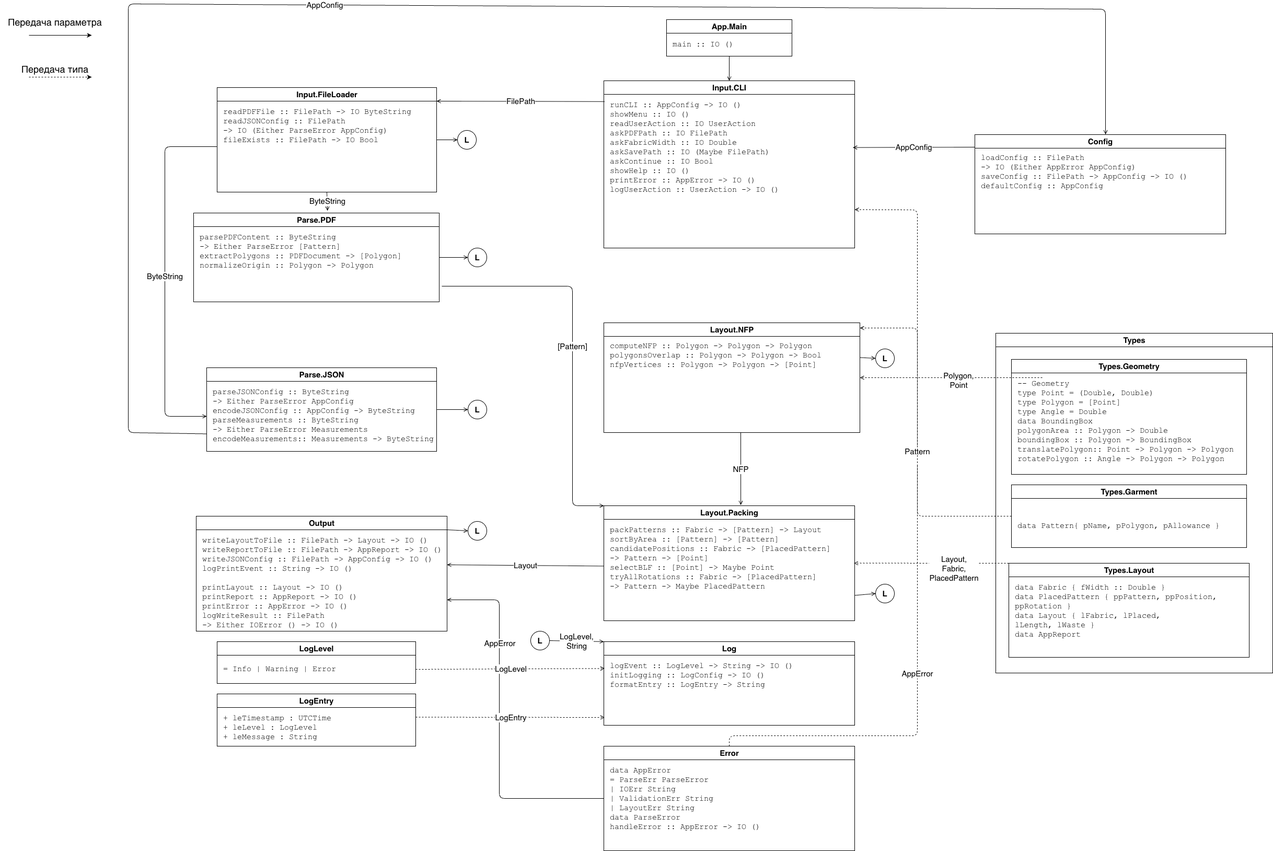
The draw.io diagram module.png in Lenebik/Fabrick_Packer, before a commit. Source tidied: cells renumbered, new cells last; positions are measured from the earlier drawing's top-left corner, leaving out a move shared by most shapes.
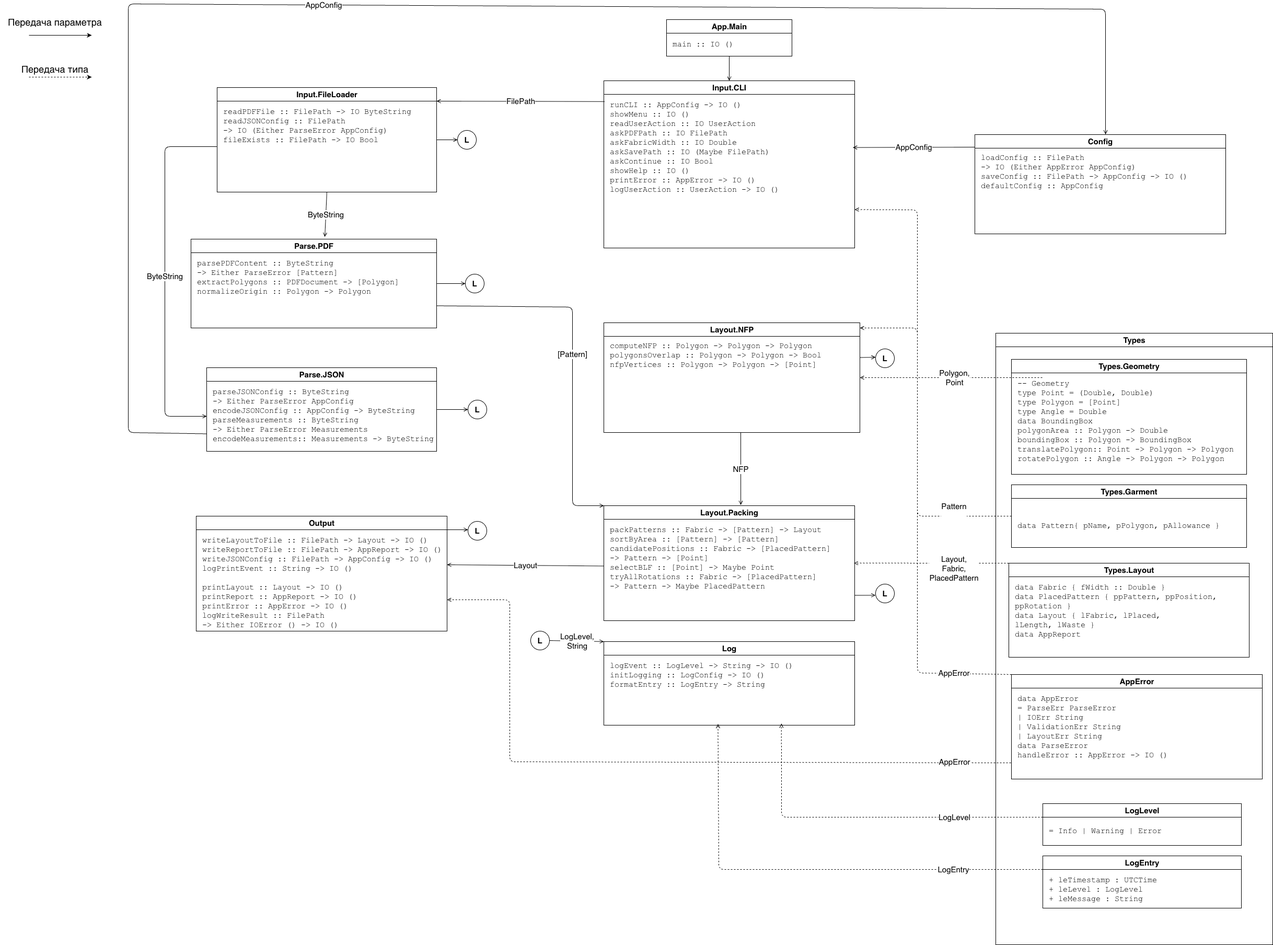
After the commit.

Commit message:
AppError, LogLevel, LogEntry moved to Types

The edit, as a diff of the source:
```diff
@@ -21,7 +21,7 @@
       <mxGeometry y="26" width="420" height="174" as="geometry" />
     </mxCell>
     <mxCell id="8" value="Parse.PDF" style="swimlane;fontStyle=1;align=center;startSize=26;html=1;fillColor=#ffffff;strokeColor=#000000;rounded=0;fontSize=15;" parent="1" vertex="1">
-      <mxGeometry x="370" y="400" width="470" height="170" as="geometry" />
+      <mxGeometry x="365" y="450" width="470" height="170" as="geometry" />
     </mxCell>
     <mxCell id="9" value="parsePDFContent      :: ByteString&lt;br&gt;                        -&amp;gt; Either ParseError [Pattern]&lt;br&gt;extractPolygons      :: PDFDocument -&amp;gt; [Polygon]&lt;br&gt;normalizeOrigin      :: Polygon -&amp;gt; Polygon" style="text;align=left;verticalAlign=top;spacingLeft=10;spacingTop=6;fontFamily=Courier New;fontSize=15;html=1;strokeColor=none;fillColor=none;" parent="8" vertex="1">
       <mxGeometry y="26" width="420" height="144" as="geometry" />
@@ -80,29 +80,11 @@
     <mxCell id="27" value="logEvent    :: LogLevel -&amp;gt; String -&amp;gt; IO ()&#10;initLogging :: LogConfig -&amp;gt; IO ()&#10;formatEntry :: LogEntry -&amp;gt; String" style="text;align=left;verticalAlign=top;spacingLeft=10;spacingTop=6;fontFamily=Courier New;fontSize=15;html=1;strokeColor=none;fillColor=none;" parent="26" vertex="1">
       <mxGeometry y="26" width="480" height="134" as="geometry" />
     </mxCell>
-    <mxCell id="28" value="LogLevel" style="swimlane;fontStyle=1;align=center;startSize=26;html=1;fillColor=#ffffff;strokeColor=#000000;rounded=0;fontSize=15;" parent="1" vertex="1">
-      <mxGeometry x="415" y="1220" width="380" height="80" as="geometry" />
-    </mxCell>
-    <mxCell id="29" value="= Info | Warning | Error" style="text;align=left;verticalAlign=middle;spacingLeft=10;fontFamily=Courier New;fontSize=15;html=1;strokeColor=none;fillColor=none;" parent="28" vertex="1">
-      <mxGeometry y="26" width="380" height="54" as="geometry" />
-    </mxCell>
-    <mxCell id="30" value="LogEntry" style="swimlane;fontStyle=1;align=center;startSize=26;html=1;fillColor=#ffffff;strokeColor=#000000;rounded=0;fontSize=15;" parent="1" vertex="1">
-      <mxGeometry x="415" y="1320" width="380" height="100" as="geometry" />
-    </mxCell>
-    <mxCell id="31" value="+ leTimestamp : UTCTime&#10;+ leLevel     : LogLevel&#10;+ leMessage   : String" style="text;align=left;verticalAlign=top;spacingLeft=10;spacingTop=6;fontFamily=Courier New;fontSize=15;html=1;strokeColor=none;fillColor=none;" parent="30" vertex="1">
-      <mxGeometry y="26" width="380" height="74" as="geometry" />
-    </mxCell>
-    <mxCell id="32" value="Error" style="swimlane;fontStyle=1;align=center;startSize=26;html=1;fillColor=#ffffff;strokeColor=#000000;rounded=0;fontSize=15;" parent="1" vertex="1">
-      <mxGeometry x="1155" y="1420" width="480" height="200" as="geometry" />
-    </mxCell>
-    <mxCell id="33" value="data AppError&#10;  = ParseErr ParseError&#10;  | IOErr String&#10;  | ValidationErr String&#10;  | LayoutErr String&#10;data ParseError&#10;handleError :: AppError -&amp;gt; IO ()" style="text;align=left;verticalAlign=top;spacingLeft=10;spacingTop=6;fontFamily=Courier New;fontSize=15;html=1;strokeColor=none;fillColor=none;" parent="32" vertex="1">
-      <mxGeometry y="26" width="480" height="174" as="geometry" />
-    </mxCell>
     <mxCell id="34" value="L" style="ellipse;whiteSpace=wrap;html=1;fillColor=#ffffff;strokeColor=#000000;fontStyle=1;fontSize=15;" parent="1" vertex="1">
       <mxGeometry x="875" y="242" width="36" height="36" as="geometry" />
     </mxCell>
     <mxCell id="35" value="L" style="ellipse;whiteSpace=wrap;html=1;fillColor=#ffffff;strokeColor=#000000;fontStyle=1;fontSize=15;" parent="1" vertex="1">
-      <mxGeometry x="895" y="467" width="36" height="36" as="geometry" />
+      <mxGeometry x="890" y="517" width="36" height="36" as="geometry" />
     </mxCell>
     <mxCell id="36" value="L" style="ellipse;whiteSpace=wrap;html=1;fillColor=#ffffff;strokeColor=#000000;fontStyle=1;fontSize=15;" parent="1" vertex="1">
       <mxGeometry x="895" y="758" width="36" height="36" as="geometry" />
@@ -149,11 +131,10 @@
     <mxCell id="46" value="AppConfig" style="endArrow=open;html=1;exitX=0;exitY=0;exitDx=0;exitDy=0;strokeColor=#000000;fontSize=15;entryX=0.993;entryY=0.346;entryDx=0;entryDy=0;entryPerimeter=0;" parent="1" edge="1" source="19" target="5">
       <mxGeometry relative="1" as="geometry" />
     </mxCell>
-    <mxCell id="47" value="[Pattern]" style="endArrow=open;html=1;entryX=0;entryY=0;entryDx=0;entryDy=0;strokeColor=#000000;fontSize=15;" parent="1" edge="1" target="14">
+    <mxCell id="47" value="[Pattern]" style="endArrow=open;html=1;entryX=0;entryY=0;entryDx=0;entryDy=0;strokeColor=#000000;fontSize=15;exitX=1;exitY=0.75;exitDx=0;exitDy=0;" parent="1" edge="1" source="8" target="14">
       <mxGeometry relative="1" as="geometry">
-        <mxPoint x="845" y="540" as="sourcePoint" />
         <Array as="points">
-          <mxPoint x="1095" y="540" />
+          <mxPoint x="1095" y="580" />
           <mxPoint x="1095" y="740" />
           <mxPoint x="1095" y="960" />
           <mxPoint x="1145" y="960" />
@@ -177,16 +158,18 @@
     <mxCell id="52" style="endArrow=open;html=1;exitX=1;exitY=0.5;exitDx=0;exitDy=0;entryX=0;entryY=0.5;entryDx=0;entryDy=0;strokeColor=#000000;fontSize=15;" parent="1" edge="1" source="10" target="36">
       <mxGeometry relative="1" as="geometry" />
     </mxCell>
-    <mxCell id="53" style="endArrow=open;html=1;exitX=1;exitY=0;exitDx=0;exitDy=0;entryX=0;entryY=0.5;entryDx=0;entryDy=0;strokeColor=#000000;fontSize=15;" parent="1" edge="1" source="17" target="37">
-      <mxGeometry relative="1" as="geometry" />
+    <mxCell id="53" style="endArrow=open;html=1;exitX=1;exitY=0;exitDx=0;exitDy=0;strokeColor=#000000;fontSize=15;" parent="1" edge="1" source="17">
+      <mxGeometry relative="1" as="geometry">
+        <mxPoint x="895" y="1006" as="targetPoint" />
+      </mxGeometry>
     </mxCell>
     <mxCell id="54" value="Polygon,&#10;Point" style="endArrow=open;html=1;entryX=1;entryY=0.5;entryDx=0;entryDy=0;strokeColor=#000000;fontSize=15;dashed=1;" parent="1" edge="1" target="12">
-      <mxGeometry x="-0.09" y="5" relative="1" as="geometry">
+      <mxGeometry x="-0.03" relative="1" as="geometry">
         <mxPoint x="1994" y="715" as="sourcePoint" />
       </mxGeometry>
     </mxCell>
     <mxCell id="55" value="Pattern&lt;div&gt;&lt;br&gt;&lt;/div&gt;" style="endArrow=open;html=1;exitX=0;exitY=0.5;exitDx=0;exitDy=0;entryX=1;entryY=0.5;entryDx=0;entryDy=0;strokeColor=#000000;fontSize=15;dashed=1;" parent="1" edge="1" source="22">
-      <mxGeometry x="-0.09" relative="1" as="geometry">
+      <mxGeometry x="-0.66" y="-10" relative="1" as="geometry">
         <mxPoint x="1645" y="620" as="targetPoint" />
         <Array as="points">
           <mxPoint x="1755" y="980" />
@@ -197,38 +180,46 @@
     <mxCell id="56" value="Layout,&#10;Fabric,&#10;PlacedPattern" style="endArrow=open;html=1;exitX=0;exitY=0;exitDx=0;exitDy=0;entryX=0.997;entryY=0.432;entryDx=0;entryDy=0;strokeColor=#000000;dashed=1;fontSize=15;entryPerimeter=0;" parent="1" edge="1" source="24" target="15">
       <mxGeometry x="-0.29" y="10" relative="1" as="geometry" />
     </mxCell>
-    <mxCell id="57" value="AppError" style="endArrow=open;html=1;exitX=0;exitY=0.5;exitDx=0;exitDy=0;entryX=1;entryY=1;entryDx=0;entryDy=0;strokeColor=#000000;fontSize=15;" parent="1" edge="1" source="32" target="17">
-      <mxGeometry x="0.47" relative="1" as="geometry">
+    <mxCell id="57" value="AppError" style="endArrow=open;html=1;exitX=-0.002;exitY=0.822;exitDx=0;exitDy=0;entryX=1;entryY=1;entryDx=0;entryDy=0;strokeColor=#000000;fontSize=15;exitPerimeter=0;dashed=1;" parent="1" edge="1" source="33" target="17">
+      <mxGeometry x="-0.84" y="-2" relative="1" as="geometry">
         <Array as="points">
-          <mxPoint x="955" y="1520" />
-          <mxPoint x="955" y="1140" />
+          <mxPoint x="975" y="1450" />
+          <mxPoint x="975" y="1140" />
         </Array>
-        <mxPoint x="1" as="offset" />
       </mxGeometry>
     </mxCell>
-    <mxCell id="58" value="AppError" style="endArrow=open;html=1;exitX=0.5;exitY=0;exitDx=0;exitDy=0;entryX=1;entryY=0.75;entryDx=0;entryDy=0;strokeColor=#000000;fontSize=15;dashed=1;" parent="1" edge="1" source="32" target="5">
-      <mxGeometry x="-0.34" relative="1" as="geometry">
+    <mxCell id="58" value="AppError" style="endArrow=open;html=1;exitX=0;exitY=0;exitDx=0;exitDy=0;entryX=1;entryY=0.75;entryDx=0;entryDy=0;strokeColor=#000000;fontSize=15;dashed=1;" parent="1" edge="1" source="32" target="5">
+      <mxGeometry x="-0.81" y="-1" relative="1" as="geometry">
         <Array as="points">
-          <mxPoint x="1395" y="1400" />
-          <mxPoint x="1755" y="1400" />
+          <mxPoint x="1755" y="1280" />
           <mxPoint x="1755" y="394" />
         </Array>
-        <mxPoint y="1" as="offset" />
       </mxGeometry>
     </mxCell>
-    <mxCell id="59" style="endArrow=open;html=1;entryX=0;entryY=0.5;entryDx=0;entryDy=0;strokeColor=#000000;fontSize=15;exitX=1;exitY=0.75;exitDx=0;exitDy=0;" parent="1" edge="1" source="15" target="40">
+    <mxCell id="59" style="endArrow=open;html=1;entryX=-0.006;entryY=0.593;entryDx=0;entryDy=0;strokeColor=#000000;fontSize=15;exitX=1;exitY=0.75;exitDx=0;exitDy=0;entryPerimeter=0;" parent="1" edge="1" source="15" target="40">
       <mxGeometry x="-0.07" y="101" relative="1" as="geometry" />
     </mxCell>
-    <mxCell id="60" style="endArrow=open;html=1;entryX=0;entryY=0.5;entryDx=0;entryDy=0;strokeColor=#000000;fontSize=15;exitX=1;exitY=0.75;exitDx=0;exitDy=0;" parent="1" edge="1" target="39">
+    <mxCell id="60" style="endArrow=open;html=1;strokeColor=#000000;fontSize=15;exitX=1;exitY=0.75;exitDx=0;exitDy=0;" parent="1" edge="1">
       <mxGeometry x="-0.07" y="101" relative="1" as="geometry">
         <mxPoint x="1645" y="676.5" as="sourcePoint" />
+        <mxPoint x="1675" y="676" as="targetPoint" />
       </mxGeometry>
     </mxCell>
-    <mxCell id="61" value="LogLevel" style="endArrow=open;html=1;entryX=0.003;entryY=0.189;entryDx=0;entryDy=0;strokeColor=#000000;fontSize=15;exitX=1;exitY=0.5;exitDx=0;exitDy=0;entryPerimeter=0;dashed=1;" parent="1" edge="1" source="29" target="27">
-      <mxGeometry x="0.01" relative="1" as="geometry" />
+    <mxCell id="61" value="LogLevel" style="endArrow=open;html=1;entryX=0.708;entryY=0.976;entryDx=0;entryDy=0;strokeColor=#000000;fontSize=15;exitX=0;exitY=0;exitDx=0;exitDy=0;entryPerimeter=0;dashed=1;" parent="1" edge="1" source="29" target="27">
+      <mxGeometry x="-0.5" relative="1" as="geometry">
+        <Array as="points">
+          <mxPoint x="1495" y="1556" />
+        </Array>
+        <mxPoint x="1" as="offset" />
+      </mxGeometry>
     </mxCell>
-    <mxCell id="62" value="LogEntry" style="endArrow=open;html=1;entryX=0.003;entryY=0.888;entryDx=0;entryDy=0;strokeColor=#000000;fontSize=15;exitX=1;exitY=0.25;exitDx=0;exitDy=0;entryPerimeter=0;dashed=1;" parent="1" edge="1" source="31" target="27">
-      <mxGeometry x="0.01" relative="1" as="geometry" />
+    <mxCell id="62" value="LogEntry" style="endArrow=open;html=1;entryX=0.455;entryY=0.982;entryDx=0;entryDy=0;strokeColor=#000000;fontSize=15;exitX=0;exitY=0;exitDx=0;exitDy=0;entryPerimeter=0;dashed=1;" parent="1" edge="1" source="31" target="27">
+      <mxGeometry x="-0.62" relative="1" as="geometry">
+        <Array as="points">
+          <mxPoint x="1375" y="1656" />
+        </Array>
+        <mxPoint x="-1" as="offset" />
+      </mxGeometry>
     </mxCell>
     <mxCell id="63" value="NFP" style="endArrow=open;html=1;entryX=0.546;entryY=-0.006;entryDx=0;entryDy=0;strokeColor=#000000;fontSize=15;entryPerimeter=0;" parent="1" edge="1" target="14">
       <mxGeometry relative="1" as="geometry">
@@ -236,8 +227,26 @@
       </mxGeometry>
     </mxCell>
     <mxCell id="64" value="Types" style="swimlane;fontStyle=1;align=center;startSize=26;html=1;fillColor=#ffffff;strokeColor=#000000;rounded=0;fontSize=15;" parent="1" vertex="1">
-      <mxGeometry x="1905" y="630" width="530" height="650" as="geometry" />
+      <mxGeometry x="1905" y="630" width="530" height="1170" as="geometry" />
     </mxCell>
+    <mxCell id="32" value="AppError" style="swimlane;fontStyle=1;align=center;startSize=26;html=1;fillColor=#ffffff;strokeColor=#000000;rounded=0;fontSize=15;" parent="64" vertex="1">
+      <mxGeometry x="30" y="653" width="480" height="200" as="geometry" />
+    </mxCell>
+    <mxCell id="33" value="data AppError&#10;  = ParseErr ParseError&#10;  | IOErr String&#10;  | ValidationErr String&#10;  | LayoutErr String&#10;data ParseError&#10;handleError :: AppError -&amp;gt; IO ()" style="text;align=left;verticalAlign=top;spacingLeft=10;spacingTop=6;fontFamily=Courier New;fontSize=15;html=1;strokeColor=none;fillColor=none;" parent="32" vertex="1">
+      <mxGeometry y="26" width="480" height="174" as="geometry" />
+    </mxCell>
+    <mxCell id="28" value="LogLevel" style="swimlane;fontStyle=1;align=center;startSize=26;html=1;fillColor=#ffffff;strokeColor=#000000;rounded=0;fontSize=15;" parent="64" vertex="1">
+      <mxGeometry x="90" y="900" width="380" height="80" as="geometry" />
+    </mxCell>
+    <mxCell id="29" value="= Info | Warning | Error" style="text;align=left;verticalAlign=middle;spacingLeft=10;fontFamily=Courier New;fontSize=15;html=1;strokeColor=none;fillColor=none;" parent="28" vertex="1">
+      <mxGeometry y="26" width="380" height="54" as="geometry" />
+    </mxCell>
+    <mxCell id="30" value="LogEntry" style="swimlane;fontStyle=1;align=center;startSize=26;html=1;fillColor=#ffffff;strokeColor=#000000;rounded=0;fontSize=15;" parent="64" vertex="1">
+      <mxGeometry x="90" y="1000" width="380" height="100" as="geometry" />
+    </mxCell>
+    <mxCell id="31" value="+ leTimestamp : UTCTime&#10;+ leLevel     : LogLevel&#10;+ leMessage   : String" style="text;align=left;verticalAlign=top;spacingLeft=10;spacingTop=6;fontFamily=Courier New;fontSize=15;html=1;strokeColor=none;fillColor=none;" parent="30" vertex="1">
+      <mxGeometry y="26" width="380" height="74" as="geometry" />
+    </mxCell>
     <mxCell id="65" style="endArrow=classic;html=1;rounded=0;" parent="1" edge="1">
       <mxGeometry relative="1" as="geometry">
         <mxPoint x="55" y="60" as="sourcePoint" />
```
